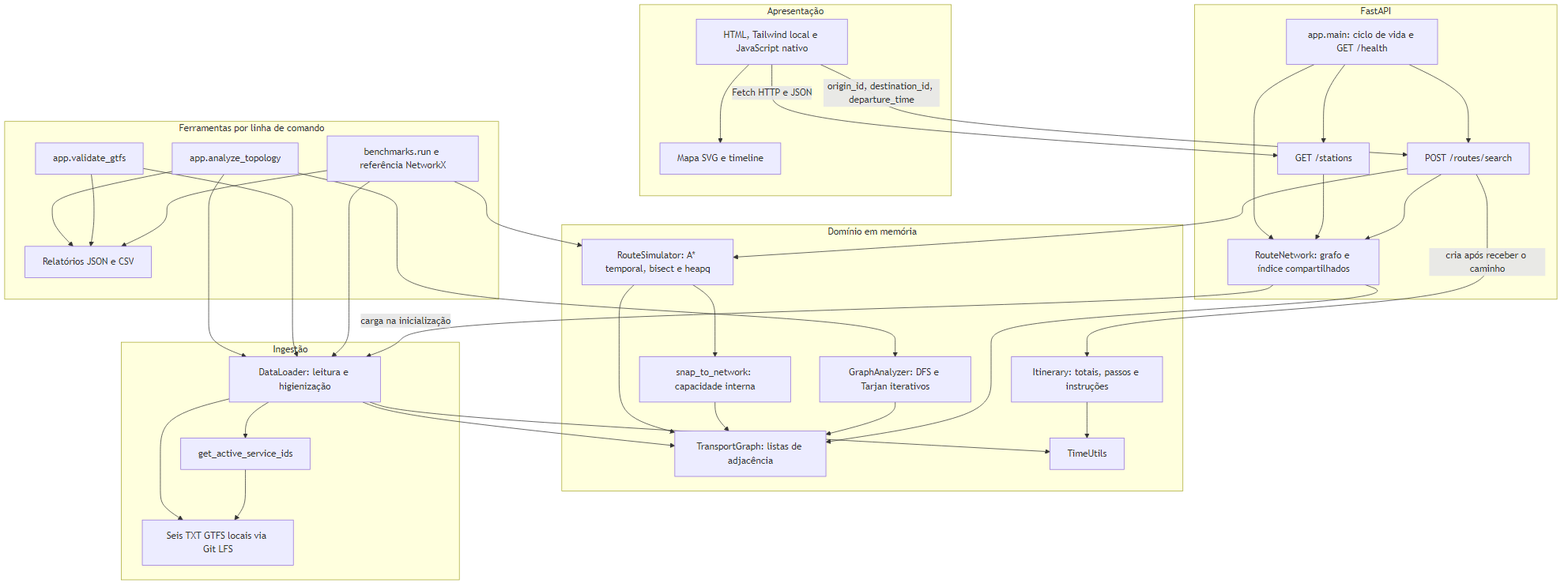
Earlier version of the Mermaid export entregas/etapa-1-modelagem-e-planejamento/diagramas-renderizados/diagrama-componentes-01.png (Luizfmaia10-dev/TP-Grafos). Its source is kept beside it as docs/diagrams/source/diagrama-componentes-01.mmd. Its diagram source:
```mermaid
flowchart TB
    subgraph UI[Apresentação]
        Front[HTML, Tailwind local e JavaScript nativo]
        Map[Mapa SVG e timeline]
        Front --> Map
    end
    subgraph API[FastAPI]
        App[app.main: ciclo de vida e GET /health]
        Network[RouteNetwork: grafo e índice compartilhados]
        Stations[GET /stations]
        Routes[POST /routes/search]
        App --> Network
        App --> Stations
        App --> Routes
        Stations --> Network
        Routes --> Network
    end
    subgraph Core[Domínio em memória]
        Simulator[RouteSimulator: A* temporal, bisect e heapq]
        Graph[TransportGraph: listas de adjacência]
        Itinerary[Itinerary: totais, passos e instruções]
        Snap[snap_to_network: capacidade interna]
        Analyzer[GraphAnalyzer: DFS e Tarjan iterativos]
        Time[TimeUtils]
        Simulator --> Graph
        Simulator --> Snap
        Snap --> Graph
        Analyzer --> Graph
        Itinerary --> Time
    end
    subgraph Data[Ingestão]
        Loader[DataLoader: leitura e higienização]
        Calendar[get_active_service_ids]
        Files[Seis TXT GTFS locais via Git LFS]
        Loader --> Files
        Loader --> Calendar
        Calendar --> Files
        Loader --> Time
        Loader --> Graph
    end
    subgraph CLI[Ferramentas por linha de comando]
        Topology[app.analyze_topology]
        Validation[app.validate_gtfs]
        Benchmark[benchmarks.run e referência NetworkX]
        Report[Relatórios JSON e CSV]
        Topology --> Loader
        Topology --> Analyzer
        Topology --> Report
        Validation --> Loader
        Validation --> Report
        Benchmark --> Loader
        Benchmark --> Simulator
        Benchmark --> Report
    end
    Front -->|Fetch HTTP e JSON| Stations
    Front -->|origin_id, destination_id, departure_time| Routes
    Network -->|carga na inicialização| Loader
    Network --> Graph
    Routes --> Simulator
    Routes -->|cria após receber o caminho| Itinerary
```
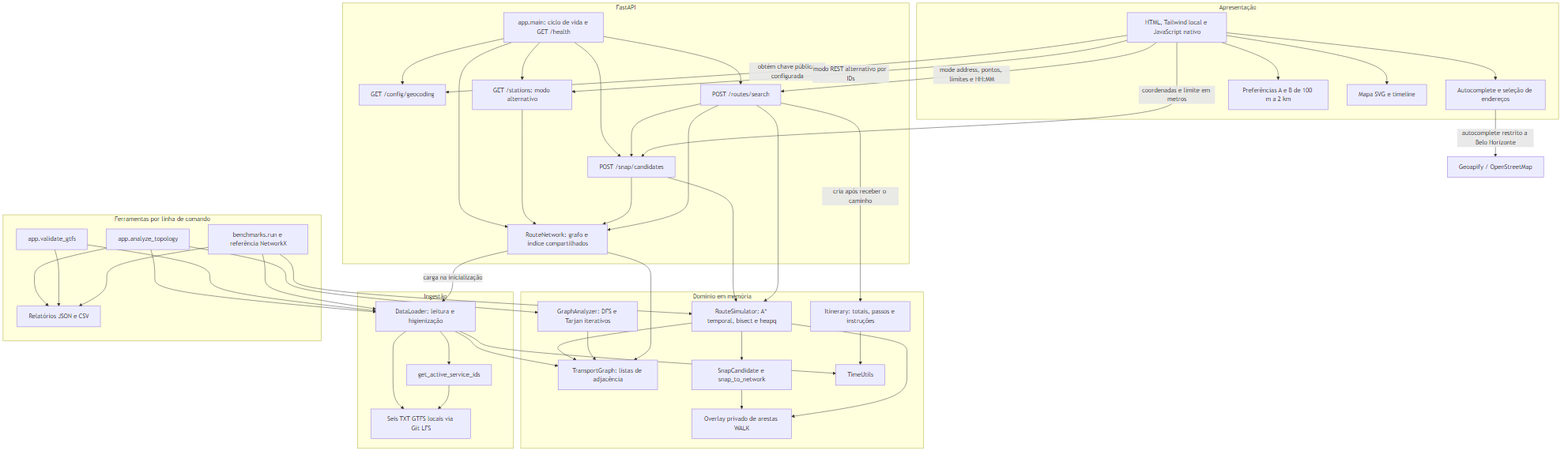
After the commit.

Change to the diagram source:
```diff
@@ -1,30 +1,43 @@
 flowchart TB
+    Geocoder[Geoapify / OpenStreetMap]
     subgraph UI[Apresentação]
         Front[HTML, Tailwind local e JavaScript nativo]
+        Address[Autocomplete e seleção de endereços]
+        Limits[Preferências A e B de 100 m a 2 km]
         Map[Mapa SVG e timeline]
+        Front --> Address
+        Front --> Limits
         Front --> Map
     end
     subgraph API[FastAPI]
         App[app.main: ciclo de vida e GET /health]
         Network[RouteNetwork: grafo e índice compartilhados]
-        Stations[GET /stations]
+        Config[GET /config/geocoding]
+        Stations[GET /stations: modo alternativo]
+        Candidates[POST /snap/candidates]
         Routes[POST /routes/search]
         App --> Network
+        App --> Config
         App --> Stations
+        App --> Candidates
         App --> Routes
         Stations --> Network
+        Candidates --> Network
         Routes --> Network
+        Routes --> Candidates
     end
     subgraph Core[Domínio em memória]
         Simulator[RouteSimulator: A* temporal, bisect e heapq]
         Graph[TransportGraph: listas de adjacência]
         Itinerary[Itinerary: totais, passos e instruções]
-        Snap[snap_to_network: capacidade interna]
+        Snap[SnapCandidate e snap_to_network]
+        Overlay[Overlay privado de arestas WALK]
         Analyzer[GraphAnalyzer: DFS e Tarjan iterativos]
         Time[TimeUtils]
         Simulator --> Graph
         Simulator --> Snap
-        Snap --> Graph
+        Snap --> Overlay
+        Simulator --> Overlay
         Analyzer --> Graph
         Itinerary --> Time
     end
@@ -52,9 +65,13 @@
         Benchmark --> Simulator
         Benchmark --> Report
     end
-    Front -->|Fetch HTTP e JSON| Stations
-    Front -->|origin_id, destination_id, departure_time| Routes
+    Address -->|autocomplete restrito a Belo Horizonte| Geocoder
+    Front -->|obtém chave pública configurada| Config
+    Front -->|coordenadas e limite em metros| Candidates
+    Front -->|mode address, pontos, limites e HH:MM| Routes
+    Front -->|modo REST alternativo por IDs| Stations
     Network -->|carga na inicialização| Loader
     Network --> Graph
+    Candidates --> Simulator
     Routes --> Simulator
     Routes -->|cria após receber o caminho| Itinerary
```
